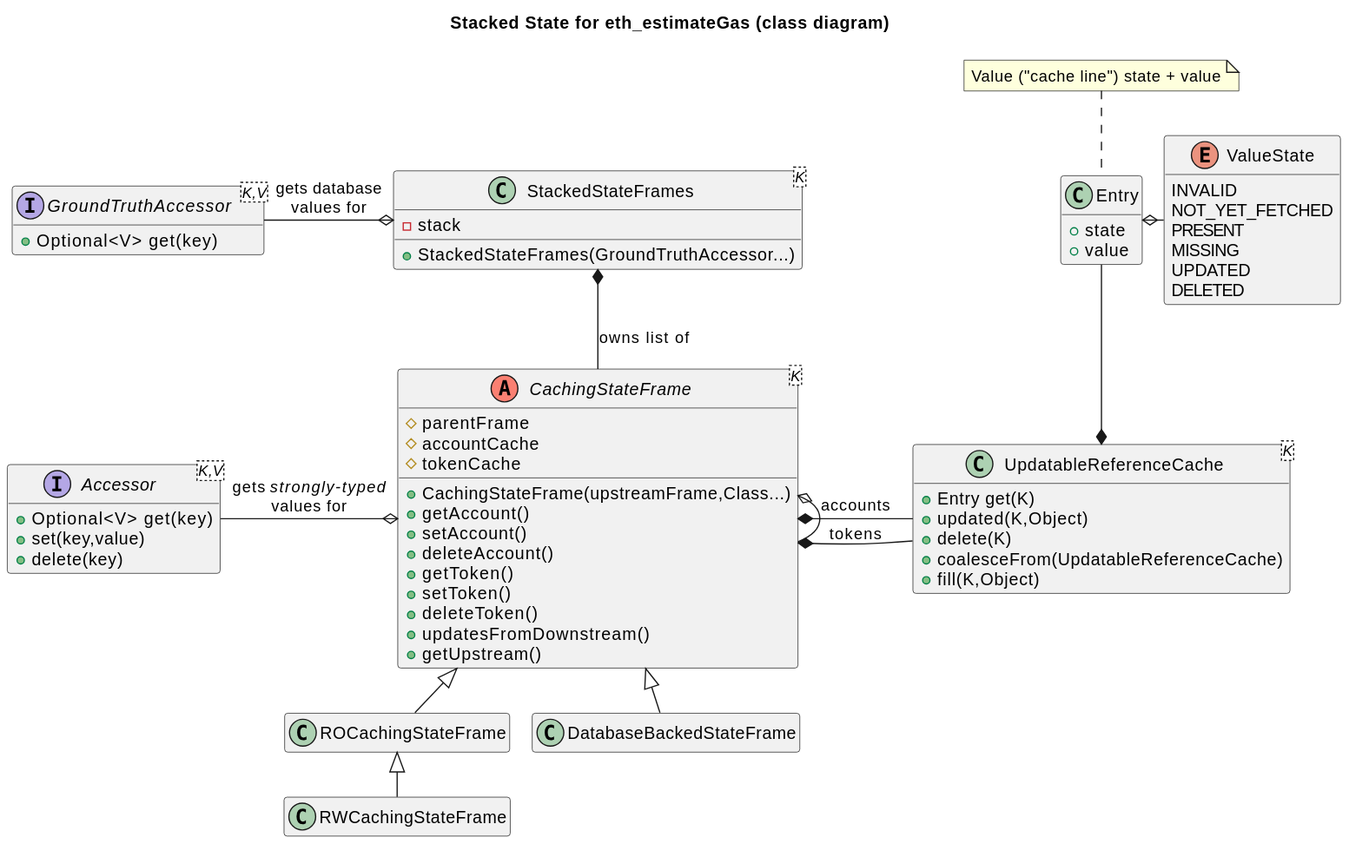
Above: docs/design/images/ClassDiagram-StackedStateFrames.svg in hashgraph/hedera-mirror-node (PlantUML), before the change. Source of this version:
```plantuml
@startuml
!pragma layout smetana
title Stacked State for eth_estimateGas (class diagram)
hide empty members

enum ValueState {
  INVALID
  NOT_YET_FETCHED
  PRESENT
  MISSING
  UPDATED
  DELETED
}

class Entry {
   +state
   +value
}
note top of Entry: Value ("cache line") state + value

class UpdatableReferenceCache<K> {
  +Entry get(K)
  +updated(K,Object)
  +delete(K)
  +coalesceFrom(UpdatableReferenceCache)
  +fill(K,Object)
}

abstract CachingStateFrame<K> <<(A,salmon)>> {
  #parentFrame
  #accountCache
  #tokenCache
  +CachingStateFrame(upstreamFrame,Class...)
  +getAccount()
  +setAccount()
  +deleteAccount()
  +getToken()
  +setToken()
  +deleteToken()
  +updatesFromDownstream()
  +getUpstream()
}

interface Accessor<K,V> {
  +Optional<V> get(key)
  +set(key,value)
  +delete(key)
}

interface GroundTruthAccessor<K,V> {
  +Optional<V> get(key)
}

class StackedStateFrames<K> {
  -stack
  +StackedStateFrames(GroundTruthAccessor...)
}

Entry::state o-right- ValueState
UpdatableReferenceCache::get *-up- Entry

StackedStateFrames::stack *-- CachingStateFrame : owns list of
CachingStateFrame::parentFrame o- CachingStateFrame
CachingStateFrame::accountCache *- UpdatableReferenceCache : accounts
CachingStateFrame::tokenCache *- UpdatableReferenceCache : tokens
ROCachingStateFrame <|-- RWCachingStateFrame
CachingStateFrame <|-- ROCachingStateFrame
CachingStateFrame <|-- DatabaseBackedStateFrame
CachingStateFrame o-left- Accessor : gets //strongly-typed//\nvalues for
StackedStateFrames::StackedStateFrames o-left- GroundTruthAccessor : gets database\nvalues for

skinparam groupInheritance 2
@enduml
```
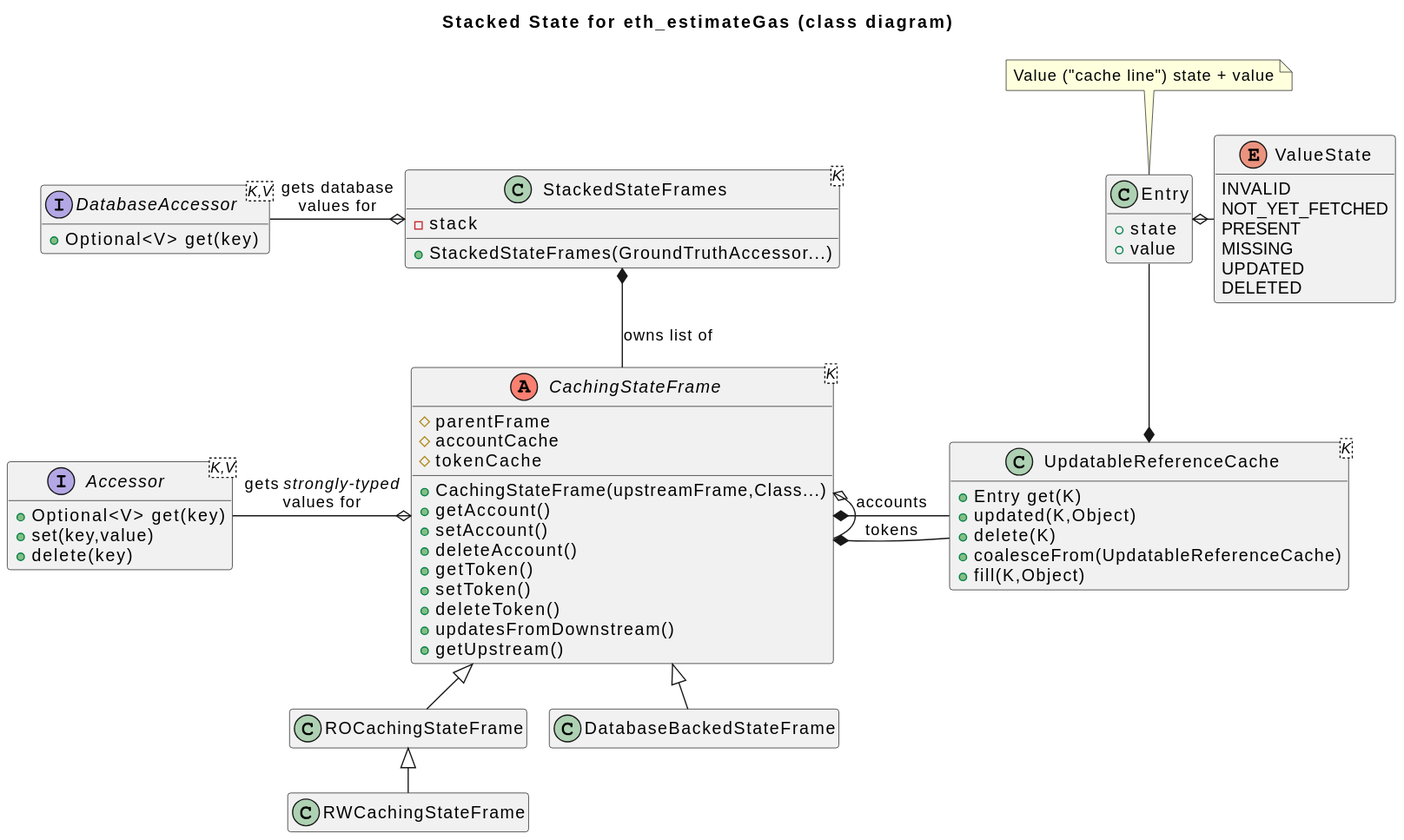
The same file after the commit.

Commit message:
Address CR comments: GroundTruthAccessor renamed DatabaseAccessor

What changed in the source:
```diff
@@ -47,7 +47,7 @@
   +delete(key)
 }
 
-interface GroundTruthAccessor<K,V> {
+interface DatabaseAccessor<K,V> {
   +Optional<V> get(key)
 }
 
@@ -67,7 +67,7 @@
 CachingStateFrame <|-- ROCachingStateFrame
 CachingStateFrame <|-- DatabaseBackedStateFrame
 CachingStateFrame o-left- Accessor : gets //strongly-typed//\nvalues for
-StackedStateFrames::StackedStateFrames o-left- GroundTruthAccessor : gets database\nvalues for
+StackedStateFrames::StackedStateFrames o-left- DatabaseAccessor : gets database\nvalues for
 
 skinparam groupInheritance 2
 @enduml
```
